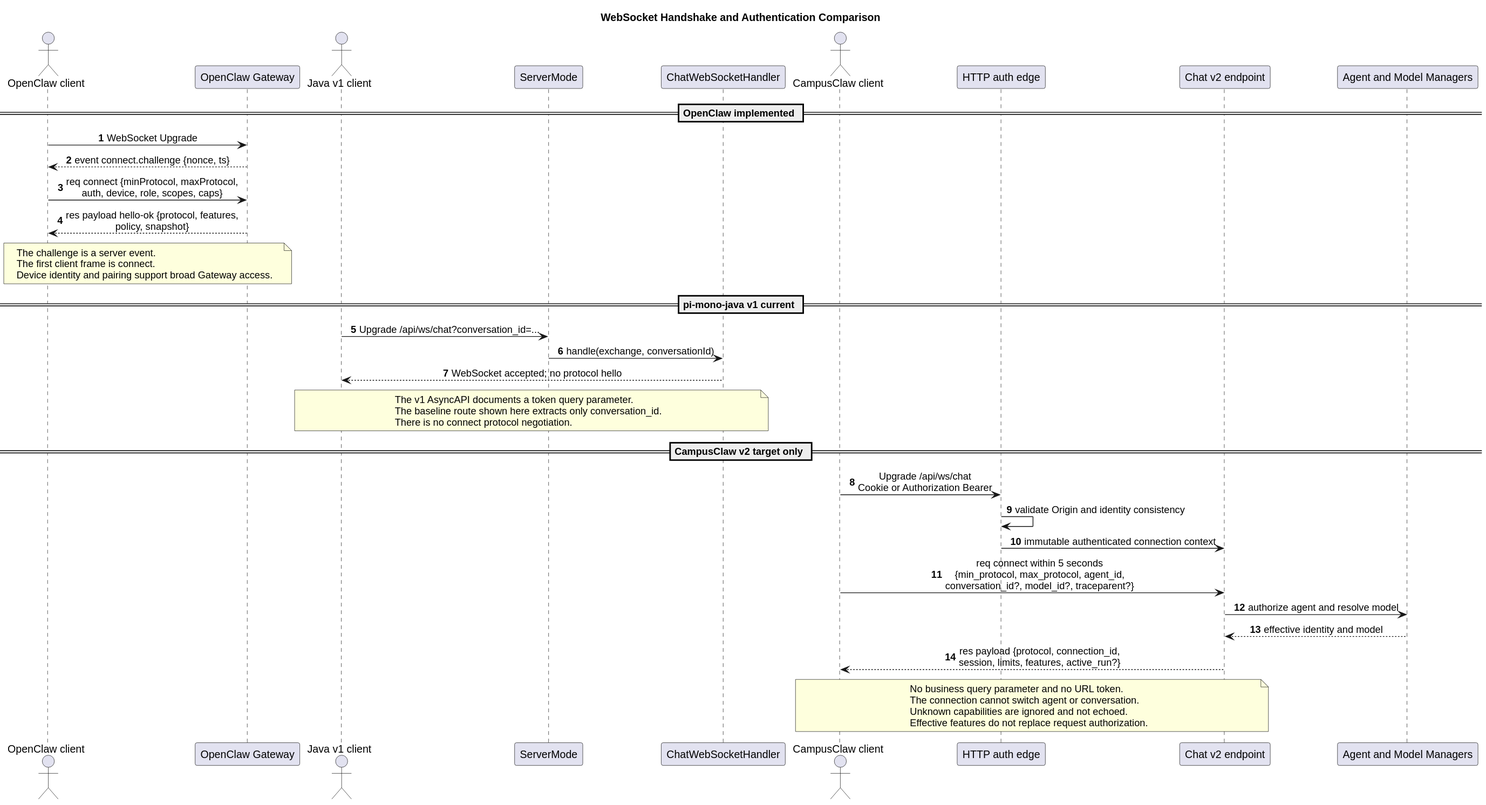
superheromeZzh/pi-mono-java-design keeps this PlantUML diagram as openclaw-campusclaw-websocket-comparison/websocket_handshake_comparison.svg. Above is the earlier version.
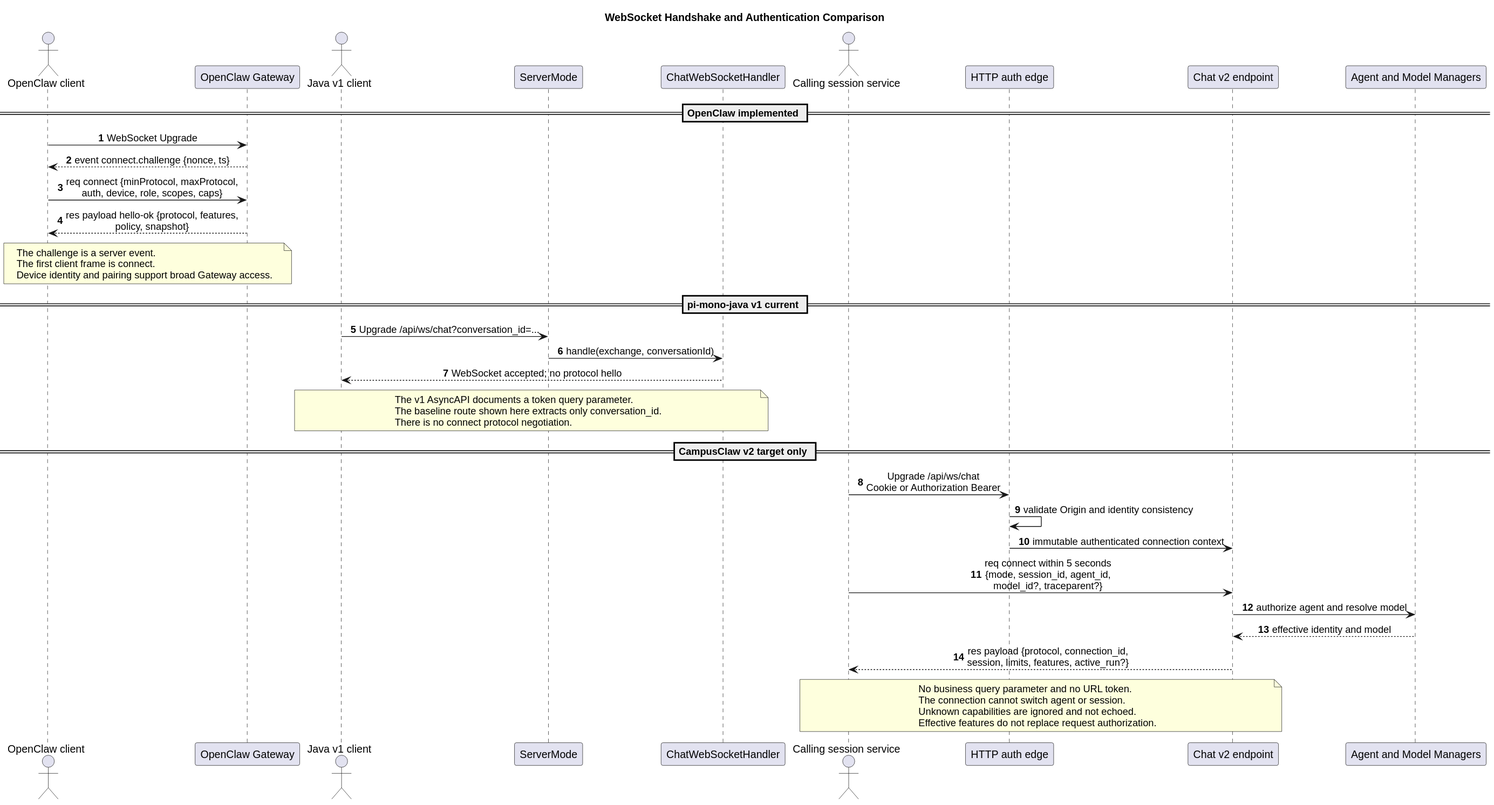
Later version of the same file.

Diff of the diagram source:
```diff
@@ -13,7 +13,7 @@
 actor "Java v1 client" as JV1C
 participant "ServerMode" as SM
 participant "ChatWebSocketHandler" as CWH
-actor "CampusClaw client" as CC
+actor "Calling session service" as CC
 participant "HTTP auth edge" as EDGE
 participant "Chat v2 endpoint" as V2
 participant "Agent and Model Managers" as MGR
@@ -43,13 +43,13 @@
 CC -> EDGE : Upgrade /api/ws/chat\nCookie or Authorization Bearer
 EDGE -> EDGE : validate Origin and identity consistency
 EDGE -> V2 : immutable authenticated connection context
-CC -> V2 : req connect within 5 seconds\n{min_protocol, max_protocol, agent_id,\nconversation_id?, model_id?, traceparent?}
+CC -> V2 : req connect within 5 seconds\n{mode, session_id, agent_id,\nmodel_id?, traceparent?}
 V2 -> MGR : authorize agent and resolve model
 MGR --> V2 : effective identity and model
 V2 --> CC : res payload {protocol, connection_id,\nsession, limits, features, active_run?}
 note over CC,V2
 No business query parameter and no URL token.
-The connection cannot switch agent or conversation.
+The connection cannot switch agent or session.
 Unknown capabilities are ignored and not echoed.
 Effective features do not replace request authorization.
 end note
```
